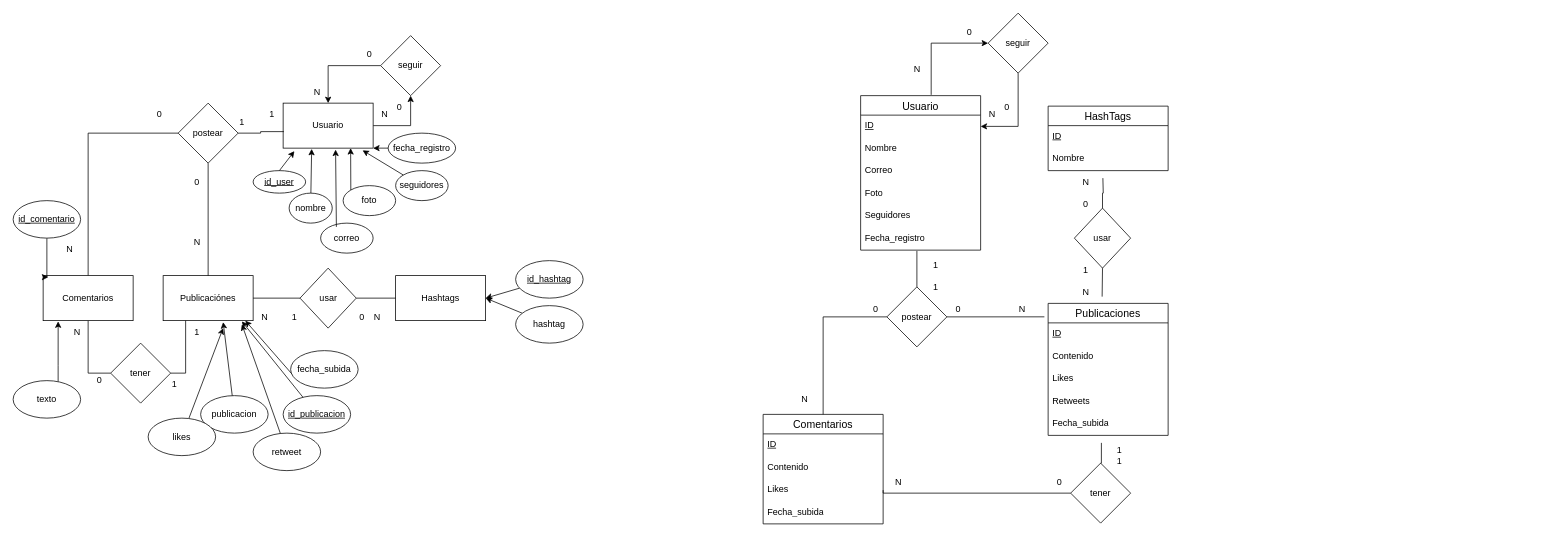
Above: ej16.drawio in adriii28/amr-tsys-C3U12-11102023 (draw.io), before the change. Source tidied: cells renumbered, new cells numbered last; positions are measured from the earlier drawing's top-left corner, leaving out a move shared by most shapes. Both pictures are drawn from the tidied source at 75%, with x=0, y=0 at pixel (13, 13).
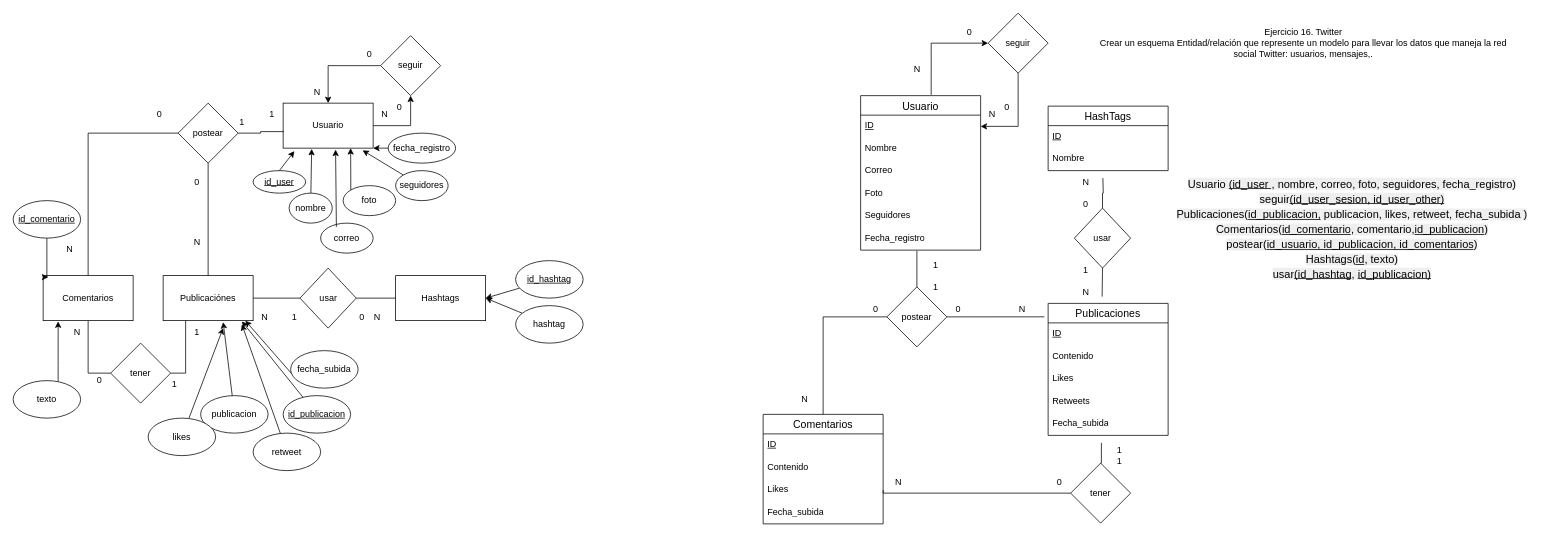
The same diagram, later.

Change to the diagram source:
```diff
@@
+    <mxCell id="115" value="&lt;br id=&quot;docs-internal-guid-109eb377-7fff-d92d-d97a-817869d195b3&quot;&gt;&lt;p style=&quot;line-height:1.38;margin-top:0pt;margin-bottom:0pt;&quot; dir=&quot;ltr&quot;&gt;&lt;span style=&quot;font-size: 11pt; font-family: Arial, sans-serif; color: rgb(0, 0, 0); background-color: rgb(239, 239, 239); font-weight: 400; font-style: normal; font-variant: normal; text-decoration-skip-ink: none; vertical-align: baseline;&quot;&gt;Usuario &lt;/span&gt;&lt;span style=&quot;font-size: 11pt; font-family: Arial, sans-serif; color: rgb(0, 0, 0); background-color: rgb(239, 239, 239); font-weight: 400; font-style: normal; font-variant: normal; text-decoration: underline; text-decoration-skip-ink: none; vertical-align: baseline;&quot;&gt;(id_user &lt;/span&gt;&lt;span style=&quot;font-size: 11pt; font-family: Arial, sans-serif; color: rgb(0, 0, 0); background-color: rgb(239, 239, 239); font-weight: 400; font-style: normal; font-variant: normal; text-decoration: none; vertical-align: baseline;&quot;&gt;, nombre, correo, foto, seguidores, fecha_registro)&lt;/span&gt;&lt;/p&gt;&lt;p style=&quot;line-height:1.38;margin-top:0pt;margin-bottom:0pt;&quot; dir=&quot;ltr&quot;&gt;&lt;span style=&quot;font-size: 11pt; font-family: Arial, sans-serif; color: rgb(0, 0, 0); background-color: rgb(239, 239, 239); font-weight: 400; font-style: normal; font-variant: normal; text-decoration: none; vertical-align: baseline;&quot;&gt;seguir&lt;/span&gt;&lt;span style=&quot;font-size: 11pt; font-family: Arial, sans-serif; color: rgb(0, 0, 0); background-color: rgb(239, 239, 239); font-weight: 400; font-style: normal; font-variant: normal; text-decoration: underline; text-decoration-skip-ink: none; vertical-align: baseline;&quot;&gt;(id_user_sesion, id_user_other)&lt;/span&gt;&lt;/p&gt;&lt;p style=&quot;line-height:1.38;margin-top:0pt;margin-bottom:0pt;&quot; dir=&quot;ltr&quot;&gt;&lt;span style=&quot;font-size: 11pt; font-family: Arial, sans-serif; color: rgb(0, 0, 0); background-color: rgb(239, 239, 239); font-weight: 400; font-style: normal; font-variant: normal; text-decoration: none; vertical-align: baseline;&quot;&gt;Publicaciones(&lt;/span&gt;&lt;span style=&quot;font-size: 11pt; font-family: Arial, sans-serif; color: rgb(0, 0, 0); background-color: rgb(239, 239, 239); font-weight: 400; font-style: normal; font-variant: normal; text-decoration: underline; text-decoration-skip-ink: none; vertical-align: baseline;&quot;&gt;id_publicacion,&lt;/span&gt;&lt;span style=&quot;font-size: 11pt; font-family: Arial, sans-serif; color: rgb(0, 0, 0); background-color: rgb(239, 239, 239); font-weight: 400; font-style: normal; font-variant: normal; text-decoration: none; vertical-align: baseline;&quot;&gt; publicacion, likes, retweet, fecha_subida )&lt;/span&gt;&lt;/p&gt;&lt;p style=&quot;line-height:1.38;margin-top:0pt;margin-bottom:0pt;&quot; dir=&quot;ltr&quot;&gt;&lt;span style=&quot;font-size: 11pt; font-family: Arial, sans-serif; color: rgb(0, 0, 0); background-color: rgb(239, 239, 239); font-weight: 400; font-style: normal; font-variant: normal; text-decoration: none; vertical-align: baseline;&quot;&gt;Comentarios(&lt;/span&gt;&lt;span style=&quot;font-size: 11pt; font-family: Arial, sans-serif; color: rgb(0, 0, 0); background-color: rgb(239, 239, 239); font-weight: 400; font-style: normal; font-variant: normal; text-decoration: underline; text-decoration-skip-ink: none; vertical-align: baseline;&quot;&gt;id_comentario&lt;/span&gt;&lt;span style=&quot;font-size: 11pt; font-family: Arial, sans-serif; color: rgb(0, 0, 0); background-color: rgb(239, 239, 239); font-weight: 400; font-style: normal; font-variant: normal; text-decoration: none; vertical-align: baseline;&quot;&gt;, comentario,&lt;/span&gt;&lt;span style=&quot;font-size: 11pt; font-family: Arial, sans-serif; color: rgb(0, 0, 0); background-color: rgb(239, 239, 239); font-weight: 400; font-style: normal; font-variant: normal; text-decoration: underline; text-decoration-skip-ink: none; vertical-align: baseline;&quot;&gt;id_publicacion&lt;/span&gt;&lt;span style=&quot;font-size: 11pt; font-family: Arial, sans-serif; color: rgb(0, 0, 0); background-color: rgb(239, 239, 239); font-weight: 400; font-style: normal; font-variant: normal; text-decoration: none; vertical-align: baseline;&quot;&gt;)&lt;/span&gt;&lt;/p&gt;&lt;p style=&quot;line-height:1.38;margin-top:0pt;margin-bottom:0pt;&quot; dir=&quot;ltr&quot;&gt;&lt;span style=&quot;font-size: 11pt; font-family: Arial, sans-serif; color: rgb(0, 0, 0); background-color: rgb(239, 239, 239); font-weight: 400; font-style: normal; font-variant: normal; text-decoration: none; vertical-align: baseline;&quot;&gt;postear(&lt;/span&gt;&lt;span style=&quot;font-size: 11pt; font-family: Arial, sans-serif; color: rgb(0, 0, 0); background-color: rgb(239, 239, 239); font-weight: 400; font-style: normal; font-variant: normal; text-decoration: underline; text-decoration-skip-ink: none; vertical-align: baseline;&quot;&gt;id_usuario, id_publicacion, id_comentarios&lt;/span&gt;&lt;span style=&quot;font-size: 11pt; font-family: Arial, sans-serif; color: rgb(0, 0, 0); background-color: rgb(239, 239, 239); font-weight: 400; font-style: normal; font-variant: normal; text-decoration: none; vertical-align: baseline;&quot;&gt;)&lt;/span&gt;&lt;/p&gt;&lt;p style=&quot;line-height:1.38;margin-top:0pt;margin-bottom:0pt;&quot; dir=&quot;ltr&quot;&gt;&lt;span style=&quot;font-size: 11pt; font-family: Arial, sans-serif; color: rgb(0, 0, 0); background-color: rgb(239, 239, 239); font-weight: 400; font-style: normal; font-variant: normal; text-decoration: none; vertical-align: baseline;&quot;&gt;Hashtags(&lt;/span&gt;&lt;span style=&quot;font-size: 11pt; font-family: Arial, sans-serif; color: rgb(0, 0, 0); background-color: rgb(239, 239, 239); font-weight: 400; font-style: normal; font-variant: normal; text-decoration: underline; text-decoration-skip-ink: none; vertical-align: baseline;&quot;&gt;id&lt;/span&gt;&lt;span style=&quot;font-size: 11pt; font-family: Arial, sans-serif; color: rgb(0, 0, 0); background-color: rgb(239, 239, 239); font-weight: 400; font-style: normal; font-variant: normal; text-decoration: none; vertical-align: baseline;&quot;&gt;, texto)&lt;/span&gt;&lt;/p&gt;&lt;span style=&quot;font-size: 11pt; font-family: Arial, sans-serif; color: rgb(0, 0, 0); background-color: rgb(239, 239, 239); font-weight: 400; font-style: normal; font-variant: normal; text-decoration: none; vertical-align: baseline;&quot;&gt;usar&lt;/span&gt;&lt;span style=&quot;font-size: 11pt; font-family: Arial, sans-serif; color: rgb(0, 0, 0); background-color: rgb(239, 239, 239); font-weight: 400; font-style: normal; font-variant: normal; text-decoration: underline; text-decoration-skip-ink: none; vertical-align: baseline;&quot;&gt;(id_hashtag&lt;/span&gt;&lt;span style=&quot;font-size: 11pt; font-family: Arial, sans-serif; color: rgb(0, 0, 0); background-color: rgb(239, 239, 239); font-weight: 400; font-style: normal; font-variant: normal; text-decoration: none; vertical-align: baseline;&quot;&gt;, &lt;/span&gt;&lt;span style=&quot;font-size: 11pt; font-family: Arial, sans-serif; color: rgb(0, 0, 0); background-color: rgb(239, 239, 239); font-weight: 400; font-style: normal; font-variant: normal; text-decoration: underline; text-decoration-skip-ink: none; vertical-align: baseline;&quot;&gt;id_publicacion)&lt;/span&gt;" style="text;html=1;align=center;verticalAlign=middle;strokeColor=none;fillColor=none;" parent="1" vertex="1">
+      <mxGeometry x="1530" y="195" width="510" height="170" as="geometry" />
+    </mxCell>
+    <mxCell id="116" value="Ejercicio 16. Twitter&lt;br&gt;&lt;div&gt;Crear un esquema Entidad/relación que represente un modelo para llevar los datos que maneja la red&lt;/div&gt;social Twitter: usuarios, mensajes,." style="text;html=1;align=center;verticalAlign=middle;strokeColor=none;fillColor=none;" parent="1" vertex="1">
+      <mxGeometry x="1430" y="10" width="580" height="60" as="geometry" />
+    </mxCell>
```
